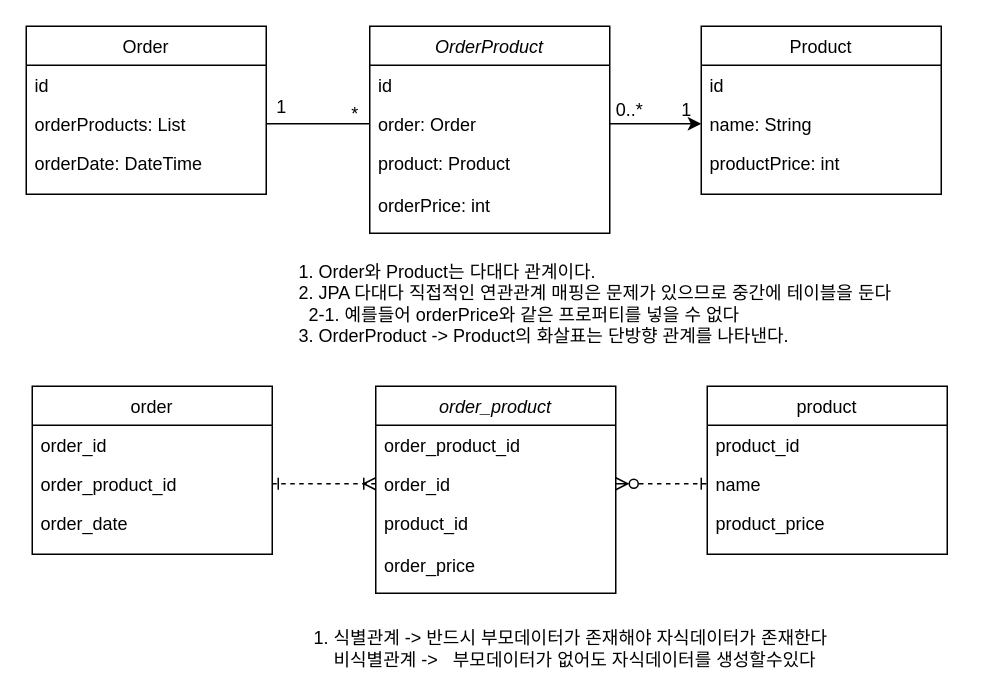
Earlier version of the draw.io diagram doc/Untitled Diagram.drawio (kyupid/myoop). Source tidied: cells renumbered, new cells numbered last; positions are measured from the earlier drawing's top-left corner, leaving out a move shared by most shapes. Both pictures are drawn from the tidied source at 150%, with x=0, y=0 at pixel (26, 26).
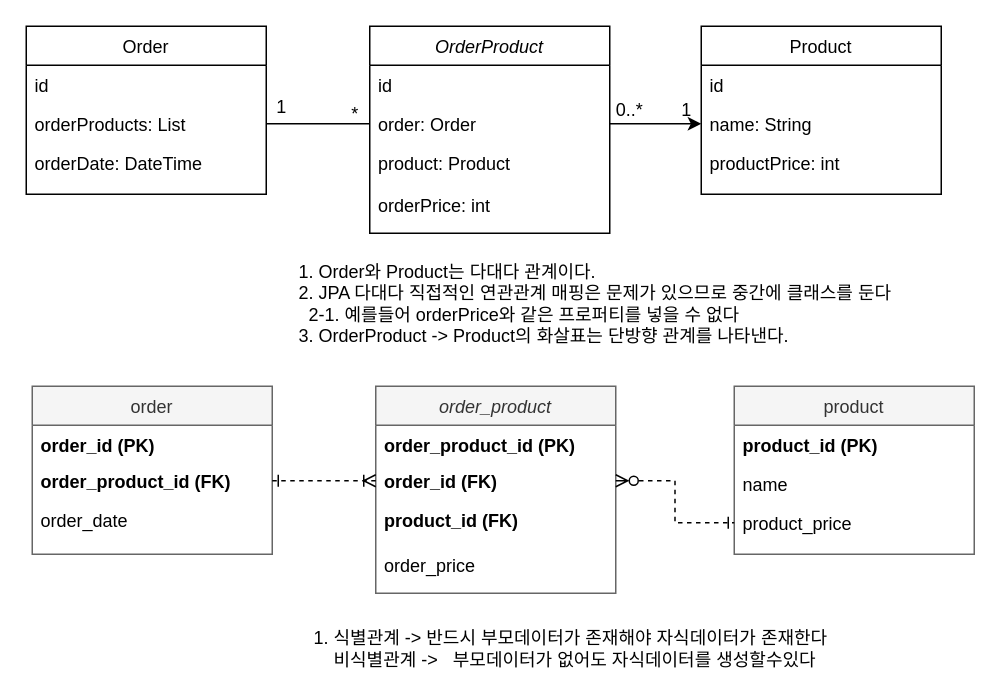
Above is the later version.

Commit message:
ERD 업데이트

Unchanged cells that the change refers to:
```xml
<mxCell id="32" value="name" style="text;align=left;verticalAlign=top;spacingLeft=4;spacingRight=4;overflow=hidden;points=[[0,0.5],[1,0.5]];portConstraint=eastwest;rounded=0;shadow=0;html=0;" parent="30" vertex="1">
  <mxGeometry y="52" width="160" height="26" as="geometry" />
</mxCell>
<mxCell id="33" value="product_price" style="text;align=left;verticalAlign=top;spacingLeft=4;spacingRight=4;overflow=hidden;points=[[0,0.5],[1,0.5]];portConstraint=eastwest;rounded=0;shadow=0;html=0;" parent="30" vertex="1">
  <mxGeometry y="78" width="160" height="26" as="geometry" />
</mxCell>
```

Diff of the diagram source:
```diff
@@
-    <mxCell id="21" value="1. Order와 Product는 다대다 관계이다.&lt;br&gt;&lt;div&gt;&lt;span&gt;2. JPA 다대다 직접적인 연관관계 매핑은 문제가 있으므로 중간에 테이블을 둔다&lt;/span&gt;&lt;/div&gt;&lt;div&gt;&lt;span&gt;&amp;nbsp; 2-1. 예를들어 orderPrice와 같은 프로퍼티를 넣을 수 없다&lt;/span&gt;&lt;/div&gt;&lt;div&gt;&lt;span&gt;3. OrderProduct -&amp;gt; Product의 화살표는 단방향 관계를 나타낸다.&lt;/span&gt;&lt;/div&gt;" style="text;html=1;align=left;verticalAlign=middle;strokeColor=none;fillColor=none;" parent="1" vertex="1">
+    <mxCell id="21" value="1. Order와 Product는 다대다 관계이다.&lt;br&gt;&lt;div&gt;&lt;span&gt;2. JPA 다대다 직접적인 연관관계 매핑은 문제가 있으므로 중간에 클래스를 둔다&lt;/span&gt;&lt;/div&gt;&lt;div&gt;&lt;span&gt;&amp;nbsp; 2-1. 예를들어 orderPrice와 같은 프로퍼티를 넣을 수 없다&lt;/span&gt;&lt;/div&gt;&lt;div&gt;&lt;span&gt;3. OrderProduct -&amp;gt; Product의 화살표는 단방향 관계를 나타낸다.&lt;/span&gt;&lt;/div&gt;" style="text;html=1;align=left;verticalAlign=middle;strokeColor=none;fillColor=none;" parent="1" vertex="1">
       <mxGeometry x="180" y="155" width="390" height="60" as="geometry" />
     </mxCell>
-    <mxCell id="22" value="order_product" style="swimlane;fontStyle=2;align=center;verticalAlign=top;horizontal=1;startSize=26;rounded=0;shadow=0;strokeWidth=1;" parent="1" vertex="1">
+    <mxCell id="22" value="order_product" style="swimlane;fontStyle=2;align=center;verticalAlign=top;horizontal=1;startSize=26;rounded=0;shadow=0;strokeWidth=1;fillColor=#f5f5f5;fontColor=#333333;strokeColor=#666666;" parent="1" vertex="1">
       <mxGeometry x="233" y="240" width="160" height="138" as="geometry" />
     </mxCell>
-    <mxCell id="23" value="order_product_id" style="text;align=left;verticalAlign=top;spacingLeft=4;spacingRight=4;overflow=hidden;" parent="22" vertex="1">
-      <mxGeometry y="26" width="160" height="26" as="geometry" />
+    <mxCell id="23" value="order_product_id (PK)" style="text;align=left;verticalAlign=top;spacingLeft=4;spacingRight=4;overflow=hidden;fontStyle=1;" parent="22" vertex="1">
+      <mxGeometry y="26" width="160" height="24" as="geometry" />
     </mxCell>
-    <mxCell id="24" value="order_id" style="text;align=left;verticalAlign=top;spacingLeft=4;spacingRight=4;overflow=hidden;points=[[0,0.5],[1,0.5]];portConstraint=eastwest;rounded=0;shadow=0;html=0;" parent="22" vertex="1">
-      <mxGeometry y="52" width="160" height="26" as="geometry" />
+    <mxCell id="24" value="order_id (FK)" style="text;align=left;verticalAlign=top;spacingLeft=4;spacingRight=4;overflow=hidden;points=[[0,0.5],[1,0.5]];portConstraint=eastwest;rounded=0;shadow=0;html=0;fontStyle=1;" parent="22" vertex="1">
+      <mxGeometry y="50" width="160" height="26" as="geometry" />
     </mxCell>
-    <mxCell id="25" value="product_id" style="text;align=left;verticalAlign=top;spacingLeft=4;spacingRight=4;overflow=hidden;rounded=0;shadow=0;html=0;" parent="22" vertex="1">
-      <mxGeometry y="78" width="160" height="22" as="geometry" />
+    <mxCell id="25" value="product_id (FK)" style="text;align=left;verticalAlign=top;spacingLeft=4;spacingRight=4;overflow=hidden;rounded=0;shadow=0;html=0;fontStyle=1;" parent="22" vertex="1">
+      <mxGeometry y="76" width="160" height="22" as="geometry" />
     </mxCell>
-    <mxCell id="26" value="order" style="swimlane;fontStyle=0;align=center;verticalAlign=top;horizontal=1;startSize=26;rounded=0;shadow=0;strokeWidth=1;" parent="1" vertex="1">
+    <mxCell id="26" value="order" style="swimlane;fontStyle=0;align=center;verticalAlign=top;horizontal=1;startSize=26;rounded=0;shadow=0;strokeWidth=1;fillColor=#f5f5f5;fontColor=#333333;strokeColor=#666666;" parent="1" vertex="1">
       <mxGeometry x="4" y="240" width="160" height="112" as="geometry" />
     </mxCell>
-    <mxCell id="27" value="order_id" style="text;align=left;verticalAlign=top;spacingLeft=4;spacingRight=4;overflow=hidden;" parent="26" vertex="1">
-      <mxGeometry y="26" width="160" height="26" as="geometry" />
+    <mxCell id="27" value="order_id (PK)" style="text;align=left;verticalAlign=top;spacingLeft=4;spacingRight=4;overflow=hidden;fontStyle=1;" parent="26" vertex="1">
+      <mxGeometry y="26" width="160" height="24" as="geometry" />
     </mxCell>
-    <mxCell id="28" value="order_product_id" style="text;align=left;verticalAlign=top;spacingLeft=4;spacingRight=4;overflow=hidden;points=[[0,0.5],[1,0.5]];portConstraint=eastwest;rounded=0;shadow=0;html=0;" parent="26" vertex="1">
-      <mxGeometry y="52" width="160" height="26" as="geometry" />
+    <mxCell id="28" value="order_product_id (FK)" style="text;align=left;verticalAlign=top;spacingLeft=4;spacingRight=4;overflow=hidden;points=[[0,0.5],[1,0.5]];portConstraint=eastwest;rounded=0;shadow=0;html=0;fontStyle=1;" parent="26" vertex="1">
+      <mxGeometry y="50" width="160" height="26" as="geometry" />
     </mxCell>
     <mxCell id="29" value="order_date" style="text;align=left;verticalAlign=top;spacingLeft=4;spacingRight=4;overflow=hidden;rounded=0;shadow=0;html=0;" parent="26" vertex="1">
-      <mxGeometry y="78" width="160" height="26" as="geometry" />
+      <mxGeometry y="76" width="160" height="26" as="geometry" />
     </mxCell>
-    <mxCell id="30" value="product" style="swimlane;fontStyle=0;align=center;verticalAlign=top;horizontal=1;startSize=26;rounded=0;shadow=0;strokeWidth=1;" parent="1" vertex="1">
-      <mxGeometry x="454" y="240" width="160" height="112" as="geometry" />
+    <mxCell id="30" value="product" style="swimlane;fontStyle=0;align=center;verticalAlign=top;horizontal=1;startSize=26;rounded=0;shadow=0;strokeWidth=1;fillColor=#f5f5f5;fontColor=#333333;strokeColor=#666666;" parent="1" vertex="1">
+      <mxGeometry x="472" y="240" width="160" height="112" as="geometry" />
     </mxCell>
-    <mxCell id="31" value="product_id" style="text;align=left;verticalAlign=top;spacingLeft=4;spacingRight=4;overflow=hidden;" parent="30" vertex="1">
+    <mxCell id="31" value="product_id (PK)&#10;" style="text;align=left;verticalAlign=top;spacingLeft=4;spacingRight=4;overflow=hidden;fontStyle=1;" parent="30" vertex="1">
       <mxGeometry y="26" width="160" height="26" as="geometry" />
     </mxCell>
@@
-    <mxCell id="35" style="edgeStyle=orthogonalEdgeStyle;rounded=0;jettySize=auto;html=1;endArrow=ERone;endFill=0;strokeColor=default;entryX=0;entryY=0.5;entryDx=0;entryDy=0;startArrow=ERzeroToMany;startFill=0;dashed=1;" parent="1" edge="1" source="24" target="32">
-      <mxGeometry relative="1" as="geometry" />
-    </mxCell>
@@
+    <mxCell id="38" style="edgeStyle=orthogonalEdgeStyle;rounded=0;jettySize=auto;html=1;dashed=1;startArrow=ERzeroToMany;startFill=0;endArrow=ERone;endFill=0;strokeColor=default;" parent="1" edge="1" source="24" target="33">
+      <mxGeometry relative="1" as="geometry" />
+    </mxCell>
```
